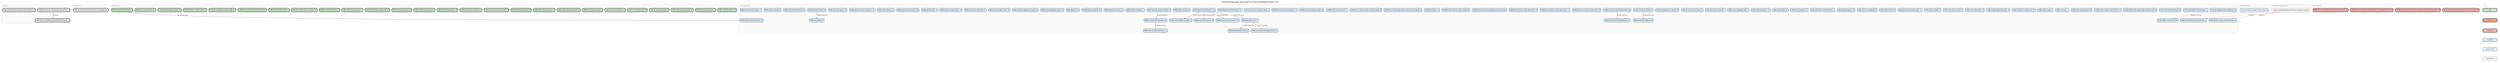
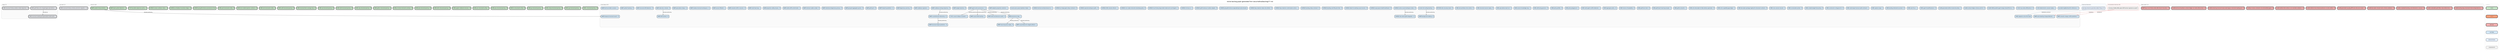
digraph backlog {
  rankdir=TB
  fontname="Helvetica"
  label="Active backlog graph generated from docs/method/backlog/*/*.md"
  labelloc=t
  fontsize=12
  node [shape=box style="rounded,filled" fontname="Helvetica" fontsize=8 margin="0.1,0.05" height=0.35]
  edge [color="#666666" arrowsize=0.5 fontname="Helvetica" fontsize=7]
  newrank=true
  ranksep=0.55
  nodesep=0.2

  subgraph cluster_asap {
    label="asap (3)" labeljust=l fontsize=9 fontcolor="#555555"
    style=rounded color="#cccccc" bgcolor="#fafafa"
    asap_CORE_graft_fake_echo_shaped_typescript_witness [label="CORE-graft-fake-echo-shaped-typescript-witness - L" fillcolor="#E5E7EB" penwidth=2]
    asap_CORE_structural_history_evidence_label_alignment [label="CORE-structural-history-evidence-label-alignment - M" fillcolor="#E5E7EB" penwidth=2]
    asap_CORE_structural_reading_port_generated_model_parity [label="CORE-structural-reading-port-generated-model-parity - L" fillcolor="#E5E7EB" penwidth=2]
  }

  subgraph cluster_up_next {
    label="up-next (1)" labeljust=l fontsize=9 fontcolor="#555555"
    style=rounded color="#cccccc" bgcolor="#fafafa"
    up_next_CORE_structural_history_schema_and_echo_migration [label="CORE-structural-history-schema-and-echo-migration - XL" fillcolor="#E5E7EB" penwidth=2]
  }

  subgraph cluster_v0_8_0 {
    label="v0.8.0 (26)" labeljust=l fontsize=9 fontcolor="#555555"
    style=rounded color="#cccccc" bgcolor="#fafafa"
    v0_8_0_CORE_c_structural_parsing [label="CORE-c-structural-parsing - M" fillcolor="#C8E6C9" penwidth=2]
    v0_8_0_CORE_cpp_structural_parsing [label="CORE-cpp-structural-parsing - L" fillcolor="#C8E6C9" penwidth=2]
    v0_8_0_CORE_csharp_structural_parsing [label="CORE-csharp-structural-parsing - M" fillcolor="#C8E6C9" penwidth=2]
    v0_8_0_CORE_go_structural_parsing [label="CORE-go-structural-parsing - S" fillcolor="#C8E6C9" penwidth=2]
    v0_8_0_CORE_hcl_structured_config [label="CORE-hcl-structured-config - M" fillcolor="#C8E6C9" penwidth=2]
    v0_8_0_CORE_java_structural_parsing [label="CORE-java-structural-parsing - M" fillcolor="#C8E6C9" penwidth=2]
    v0_8_0_CORE_json_structured_config [label="CORE-json-structured-config - S" fillcolor="#C8E6C9" penwidth=2]
    v0_8_0_CORE_jupyter_notebook_structure [label="CORE-jupyter-notebook-structure - M" fillcolor="#C8E6C9" penwidth=2]
    v0_8_0_CORE_kotlin_structural_parsing [label="CORE-kotlin-structural-parsing - M" fillcolor="#C8E6C9" penwidth=2]
    v0_8_0_CORE_php_structural_parsing [label="CORE-php-structural-parsing - M" fillcolor="#C8E6C9" penwidth=2]
    v0_8_0_CORE_pr_review_structural_summary [label="CORE-pr-review-structural-summary - M" fillcolor="#C8E6C9" penwidth=2]
    v0_8_0_CORE_python_structural_parsing [label="CORE-python-structural-parsing - S" fillcolor="#C8E6C9" penwidth=2]
    v0_8_0_CORE_ruby_structural_parsing [label="CORE-ruby-structural-parsing - M" fillcolor="#C8E6C9" penwidth=2]
    v0_8_0_CORE_shell_structural_parsing [label="CORE-shell-structural-parsing - M" fillcolor="#C8E6C9" penwidth=2]
    v0_8_0_CORE_sql_structural_parsing [label="CORE-sql-structural-parsing - M" fillcolor="#C8E6C9" penwidth=2]
    v0_8_0_CORE_structural_test_coverage_map [label="CORE-structural-test-coverage-map - M" fillcolor="#C8E6C9" penwidth=2]
    v0_8_0_CORE_swift_structural_parsing [label="CORE-swift-structural-parsing - M" fillcolor="#C8E6C9" penwidth=2]
    v0_8_0_CORE_toml_structured_config [label="CORE-toml-structured-config - S" fillcolor="#C8E6C9" penwidth=2]
    v0_8_0_CORE_tool_context_injection_contracts [label="CORE-tool-context-injection-contracts - M" fillcolor="#C8E6C9" penwidth=2]
    v0_8_0_CORE_yaml_structured_config [label="CORE-yaml-structured-config - M" fillcolor="#C8E6C9" penwidth=2]
    v0_8_0_SURFACE_git_graft_enhance_provenance_hints [label="SURFACE-git-graft-enhance-provenance-hints" fillcolor="#C8E6C9" penwidth=2]
    v0_8_0_SURFACE_pr_feedback_resolution_ledger [label="SURFACE-pr-feedback-resolution-ledger - M" fillcolor="#C8E6C9" penwidth=2]
    v0_8_0_SURFACE_review_cooldown_status [label="SURFACE-review-cooldown-status - S" fillcolor="#C8E6C9" penwidth=2]
    v0_8_0_TEST_bounded_subprocess_policy [label="TEST-bounded-subprocess-policy - S" fillcolor="#C8E6C9" penwidth=2]
    v0_8_0_WARP_dead_symbol_detection [label="WARP-dead-symbol-detection - S" fillcolor="#C8E6C9" penwidth=2]
    v0_8_0_WARP_symbol_history_timeline [label="WARP-symbol-history-timeline - S" fillcolor="#C8E6C9" penwidth=2]
  }

  subgraph cluster_bad_code {
-     label="bad-code (4)" labeljust=l fontsize=9 fontcolor="#555555"
-     style=rounded color="#cccccc" bgcolor="#fafafa"
+     label="bad-code (11)" labeljust=l fontsize=9 fontcolor="#555555"
+     style=rounded color="#cccccc" bgcolor="#fafafa"
+     bad_code_CLEAN_backlog_dag_unresolved_internal_dependencies [label="CLEAN-backlog-dag-unresolved-internal-dependencies - S" fillcolor="#F6B3B3" penwidth=2]
+     bad_code_CLEAN_coderabbit_path_filters_skip_method_docs [label="CLEAN-coderabbit-path-filters-skip-method-docs - S" fillcolor="#F6B3B3" penwidth=2]
+     bad_code_CLEAN_completed_backlog_card_retirement_is_manual [label="CLEAN-completed-backlog-card-retirement-is-manual - M" fillcolor="#F6B3B3" penwidth=2]
+     bad_code_CLEAN_descriptor_checker_lacks_schema_validation [label="CLEAN-descriptor-checker-lacks-schema-validation - M" fillcolor="#F6B3B3" penwidth=2]
+     bad_code_CLEAN_generated_svg_dag_diff_noise_obscures_review [label="CLEAN-generated-svg-dag-diff-noise-obscures-review - S" fillcolor="#F6B3B3" penwidth=2]
    bad_code_CLEAN_method_close_timeout_produces_no_retro_artifact [label="CLEAN-method-close-timeout-produces-no-retro-artifact - M" fillcolor="#F6B3B3" penwidth=2]
+     bad_code_CLEAN_method_retro_witness_can_overstate_validation [label="CLEAN-method-retro-witness-can-overstate-validation - M" fillcolor="#F6B3B3" penwidth=2]
+     bad_code_CLEAN_pr_review_comments_not_actionability_typed [label="CLEAN-pr-review-comments-not-actionability-typed - M" fillcolor="#F6B3B3" penwidth=2]
    bad_code_CLEAN_remaining_structural_warp_reads_bypass_structural_reading_port [label="CLEAN-remaining-structural-warp-reads-bypass-structural-reading-port - M" fillcolor="#F6B3B3" penwidth=2]
    bad_code_CLEAN_technical_teardown_contract_ledger_can_stale_without_tests [label="CLEAN-technical-teardown-contract-ledger-can-stale-without-tests - M" fillcolor="#F6B3B3" penwidth=2]
    bad_code_WARP_bijou_local_history_stale_after_branch_transition [label="WARP-bijou-local-history-stale-after-branch-transition - M" fillcolor="#F6B3B3" penwidth=2]
  }

  subgraph cluster_cool_ideas {
-     label="Cool Ideas (76)" labeljust=l fontsize=9 fontcolor="#555555"
+     label="Cool Ideas (87)" labeljust=l fontsize=9 fontcolor="#555555"
    style=rounded color="#cccccc" bgcolor="#fafafa"
    cool_ideas_bounded_neighborhood_for_references [label="bounded-neighborhood-for-references - S" fillcolor="#D4E8F7" penwidth=1]
    cool_ideas_CI_001_causal_collapse_visualizer [label="CI-001-causal-collapse-visualizer - L" fillcolor="#D4E8F7" penwidth=1]
    cool_ideas_CI_002_deterministic_scenario_replay [label="CI-002-deterministic-scenario-replay - L" fillcolor="#D4E8F7" penwidth=1]
    cool_ideas_CI_003_mcp_native_diff_protocol [label="CI-003-mcp-native-diff-protocol - M" fillcolor="#D4E8F7" penwidth=1]
    cool_ideas_CLEAN_CODE_parallel_agent_merge_shared_file_loss [label="CLEAN-CODE-parallel-agent-merge-shared-file-loss - M" fillcolor="#D4E8F7" penwidth=1]
    cool_ideas_CLEAN_contract_ledger_schema_and_lint [label="CLEAN-contract-ledger-schema-and-lint - M" fillcolor="#D4E8F7" penwidth=1]
+     cool_ideas_CLEAN_generated_artifact_review_boundary [label="CLEAN-generated-artifact-review-boundary - S" fillcolor="#D4E8F7" penwidth=1]
    cool_ideas_CORE_agent_handoff_protocol [label="CORE-agent-handoff-protocol - M" fillcolor="#D4E8F7" penwidth=1]
    cool_ideas_CORE_auto_focus [label="CORE-auto-focus - L" fillcolor="#D4E8F7" penwidth=1]
+     cool_ideas_CORE_backlog_retirement_assistant [label="CORE-backlog-retirement-assistant - M" fillcolor="#D4E8F7" penwidth=1]
    cool_ideas_CORE_capture_range [label="CORE-capture-range - S" fillcolor="#D4E8F7" penwidth=1]
+     cool_ideas_CORE_code_lawyer_local_pr_audit_command [label="CORE-code-lawyer-local-pr-audit-command - L" fillcolor="#D4E8F7" penwidth=1]
    cool_ideas_CORE_constructor_in_disguise_lint [label="CORE-constructor-in-disguise-lint - M" fillcolor="#D4E8F7" penwidth=1]
    cool_ideas_CORE_context_budget_forecasting [label="CORE-context-budget-forecasting - M" fillcolor="#D4E8F7" penwidth=1]
    cool_ideas_CORE_conversation_primer [label="CORE-conversation-primer - M" fillcolor="#D4E8F7" penwidth=1]
    cool_ideas_CORE_cross_session_resume [label="CORE-cross-session-resume - S" fillcolor="#D4E8F7" penwidth=1]
+     cool_ideas_CORE_descriptor_package_registry_for_structural_contracts [label="CORE-descriptor-package-registry-for-structural-contracts - M" fillcolor="#D4E8F7" penwidth=1]
+     cool_ideas_CORE_echo_capability_gap_ledger [label="CORE-echo-capability-gap-ledger - S" fillcolor="#D4E8F7" penwidth=1]
+     cool_ideas_CORE_echo_descriptor_to_fake_witness_generator [label="CORE-echo-descriptor-to-fake-witness-generator - M" fillcolor="#D4E8F7" penwidth=1]
    cool_ideas_CORE_graft_as_teacher [label="CORE-graft-as-teacher - S" fillcolor="#D4E8F7" penwidth=1]
    cool_ideas_CORE_graft_teach_learning_receipts [label="CORE-graft-teach-learning-receipts - S" fillcolor="#D4E8F7" penwidth=1]
    cool_ideas_CORE_graft_tool_client [label="CORE-graft-tool-client - M" fillcolor="#D4E8F7" penwidth=1]
    cool_ideas_CORE_horizon_of_readability [label="CORE-horizon-of-readability - M" fillcolor="#D4E8F7" penwidth=1]
    cool_ideas_CORE_lagrangian_policy [label="CORE-lagrangian-policy - XL" fillcolor="#D4E8F7" penwidth=1]
    cool_ideas_CORE_migrate_to_slice_first_reads [label="CORE-migrate-to-slice-first-reads" fillcolor="#D4E8F7" penwidth=1]
    cool_ideas_CORE_multi_agent_conflict_detection [label="CORE-multi-agent-conflict-detection - L" fillcolor="#D4E8F7" penwidth=1]
    cool_ideas_CORE_policy_playground [label="CORE-policy-playground - S" fillcolor="#D4E8F7" penwidth=1]
    cool_ideas_CORE_policy_profiles [label="CORE-policy-profiles - M" fillcolor="#D4E8F7" penwidth=1]
    cool_ideas_CORE_self_tuning_governor [label="CORE-self-tuning-governor - M" fillcolor="#D4E8F7" penwidth=1]
    cool_ideas_CORE_session_knowledge_map [label="CORE-session-knowledge-map - S" fillcolor="#D4E8F7" penwidth=1]
    cool_ideas_CORE_speculative_read_cost [label="CORE-speculative-read-cost - S" fillcolor="#D4E8F7" penwidth=1]
    cool_ideas_CORE_structural_session_replay [label="CORE-structural-session-replay - M" fillcolor="#D4E8F7" penwidth=1]
    cool_ideas_CORE_wire_primitives_into_runtime [label="CORE-wire-primitives-into-runtime - M" fillcolor="#D4E8F7" penwidth=1]
+     cool_ideas_METHOD_retro_recovery_mode [label="METHOD-retro-recovery-mode - M" fillcolor="#D4E8F7" penwidth=1]
    cool_ideas_monitor_tick_ceiling_tracking [label="monitor-tick-ceiling-tracking - S" fillcolor="#D4E8F7" penwidth=1]
    cool_ideas_SURFACE_active_causal_workspace_status [label="SURFACE-active-causal-workspace-status - M" fillcolor="#D4E8F7" penwidth=1]
+     cool_ideas_SURFACE_asap_queue_health_dashboard [label="SURFACE-asap-queue-health-dashboard - M" fillcolor="#D4E8F7" penwidth=1]
    cool_ideas_SURFACE_attach_to_existing_causal_session [label="SURFACE-attach-to-existing-causal-session - M" fillcolor="#D4E8F7" penwidth=1]
+     cool_ideas_SURFACE_backlog_card_lifecycle_linter [label="SURFACE-backlog-card-lifecycle-linter - M" fillcolor="#D4E8F7" penwidth=1]
+     cool_ideas_SURFACE_backlog_sitrep_command [label="SURFACE-backlog-sitrep-command - M" fillcolor="#D4E8F7" penwidth=1]
    cool_ideas_SURFACE_bijou_daemon_control_plane_actions [label="SURFACE-bijou-daemon-control-plane-actions - L" fillcolor="#D4E8F7" penwidth=1]
    cool_ideas_SURFACE_bijou_daemon_status_live_refresh [label="SURFACE-bijou-daemon-status-live-refresh - M" fillcolor="#D4E8F7" penwidth=1]
    cool_ideas_SURFACE_git_graft_enhance_expanded_git_subcommands [label="SURFACE-git-graft-enhance-expanded-git-subcommands" fillcolor="#D4E8F7" penwidth=1]
    cool_ideas_SURFACE_graft_review_pr_number_adapter [label="SURFACE-graft-review-pr-number-adapter - M" fillcolor="#D4E8F7" penwidth=1]
    cool_ideas_SURFACE_ide_native_graft_integration [label="SURFACE-ide-native-graft-integration - XL" fillcolor="#D4E8F7" penwidth=1]
    cool_ideas_SURFACE_init_dry_run [label="SURFACE-init-dry-run - S" fillcolor="#D4E8F7" penwidth=1]
    cool_ideas_SURFACE_local_history_dag_render_mode_and_count_legend [label="SURFACE-local-history-dag-render-mode-and-count-legend - S" fillcolor="#D4E8F7" penwidth=1]
    cool_ideas_SURFACE_non_codex_instruction_bootstrap_parity [label="SURFACE-non-codex-instruction-bootstrap-parity - M" fillcolor="#D4E8F7" penwidth=1]
    cool_ideas_SURFACE_offer_rename_refactor [label="SURFACE-offer-rename-refactor - L" fillcolor="#D4E8F7" penwidth=1]
    cool_ideas_SURFACE_opened_workspace_paths [label="SURFACE-opened-workspace-paths - M" fillcolor="#D4E8F7" penwidth=1]
+     cool_ideas_SURFACE_pr_merge_gate_sitrep_command [label="SURFACE-pr-merge-gate-sitrep-command - M" fillcolor="#D4E8F7" penwidth=1]
    cool_ideas_SURFACE_terminal_activity_browser_tui [label="SURFACE-terminal-activity-browser-tui - L" fillcolor="#D4E8F7" penwidth=1]
    cool_ideas_traverse_plus_query_hydration_helper [label="traverse-plus-query-hydration-helper - S" fillcolor="#D4E8F7" penwidth=1]
    cool_ideas_WARP_adaptive_projection_selection [label="WARP-adaptive-projection-selection - L" fillcolor="#D4E8F7" penwidth=1]
    cool_ideas_WARP_agent_action_provenance [label="WARP-agent-action-provenance - XL" fillcolor="#D4E8F7" penwidth=1]
    cool_ideas_WARP_auto_breaking_change_detection [label="WARP-auto-breaking-change-detection - L" fillcolor="#D4E8F7" penwidth=1]
    cool_ideas_WARP_background_indexing [label="WARP-background-indexing - M" fillcolor="#D4E8F7" penwidth=1]
    cool_ideas_WARP_budget_elasticity [label="WARP-budget-elasticity - M" fillcolor="#D4E8F7" penwidth=1]
    cool_ideas_WARP_causal_blame_for_staged_artifacts [label="WARP-causal-blame-for-staged-artifacts - L" fillcolor="#D4E8F7" penwidth=1]
    cool_ideas_WARP_causal_write_tracking [label="WARP-causal-write-tracking - L" fillcolor="#D4E8F7" penwidth=1]
    cool_ideas_WARP_codebase_entropy_trajectory [label="WARP-codebase-entropy-trajectory - M" fillcolor="#D4E8F7" penwidth=1]
    cool_ideas_WARP_codebase_signature [label="WARP-codebase-signature - L" fillcolor="#D4E8F7" penwidth=1]
    cool_ideas_WARP_counterfactual_refactoring [label="WARP-counterfactual-refactoring - XL" fillcolor="#D4E8F7" penwidth=1]
    cool_ideas_WARP_degeneracy_warning [label="WARP-degeneracy-warning - M" fillcolor="#D4E8F7" penwidth=1]
    cool_ideas_WARP_drift_sentinel [label="WARP-drift-sentinel - M" fillcolor="#D4E8F7" penwidth=1]
    cool_ideas_WARP_footprint_parallelism [label="WARP-footprint-parallelism - XL" fillcolor="#D4E8F7" penwidth=1]
    cool_ideas_WARP_graft_pack [label="WARP-graft-pack - M" fillcolor="#D4E8F7" penwidth=1]
    cool_ideas_WARP_grouped_aggregate_queries [label="WARP-grouped-aggregate-queries - M" fillcolor="#D4E8F7" penwidth=1]
    cool_ideas_WARP_intent_and_decision_events [label="WARP-intent-and-decision-events - M" fillcolor="#D4E8F7" penwidth=1]
    cool_ideas_WARP_intentional_degeneracy_privacy [label="WARP-intentional-degeneracy-privacy - M" fillcolor="#D4E8F7" penwidth=1]
    cool_ideas_WARP_minimum_viable_context [label="WARP-minimum-viable-context - M" fillcolor="#D4E8F7" penwidth=1]
    cool_ideas_WARP_outline_diff_commit_trailer [label="WARP-outline-diff-commit-trailer - S" fillcolor="#D4E8F7" penwidth=1]
    cool_ideas_WARP_projection_safety_classes [label="WARP-projection-safety-classes - M" fillcolor="#D4E8F7" penwidth=1]
    cool_ideas_WARP_provenance_dag [label="WARP-provenance-dag - L" fillcolor="#D4E8F7" penwidth=1]
    cool_ideas_WARP_reasoning_trace_replay [label="WARP-reasoning-trace-replay - M" fillcolor="#D4E8F7" penwidth=1]
    cool_ideas_WARP_rulial_heat_map [label="WARP-rulial-heat-map - L" fillcolor="#D4E8F7" penwidth=1]
    cool_ideas_WARP_semantic_drift_in_sessions [label="WARP-semantic-drift-in-sessions - M" fillcolor="#D4E8F7" penwidth=1]
    cool_ideas_WARP_semantic_merge_conflict_prediction [label="WARP-semantic-merge-conflict-prediction - L" fillcolor="#D4E8F7" penwidth=1]
    cool_ideas_WARP_session_filtration [label="WARP-session-filtration - L" fillcolor="#D4E8F7" penwidth=1]
    cool_ideas_WARP_shadow_structural_workspaces [label="WARP-shadow-structural-workspaces - XL" fillcolor="#D4E8F7" penwidth=1]
    cool_ideas_WARP_speculative_merge [label="WARP-speculative-merge - XL" fillcolor="#D4E8F7" penwidth=1]
    cool_ideas_WARP_stale_docs_checker [label="WARP-stale-docs-checker - M" fillcolor="#D4E8F7" penwidth=1]
    cool_ideas_WARP_structural_drift_detection [label="WARP-structural-drift-detection - M" fillcolor="#D4E8F7" penwidth=1]
    cool_ideas_WARP_structural_impact_prediction [label="WARP-structural-impact-prediction - XL" fillcolor="#D4E8F7" penwidth=1]
    cool_ideas_WARP_symbol_heatmap [label="WARP-symbol-heatmap - M" fillcolor="#D4E8F7" penwidth=1]
    cool_ideas_WARP_technical_debt_curvature [label="WARP-technical-debt-curvature - L" fillcolor="#D4E8F7" penwidth=1]
    cool_ideas_WARP_temporal_structural_search [label="WARP-temporal-structural-search - M" fillcolor="#D4E8F7" penwidth=1]
  }

  subgraph cluster_external {
    label="External blockers" labeljust=l fontsize=9 fontcolor="#555555"
    style=rounded color="#cccccc" bgcolor="#f8fbff"
    external_git_warp_observer_geometry_ladder__Rung_2_4_ [label="git-warp observer geometry ladder (Rung 2-4)" fillcolor="#E8F2FF" penwidth=1]
  }

  subgraph cluster_unresolved {
    label="Unresolved internal refs" labeljust=l fontsize=9 fontcolor="#555555"
    style="rounded,dashed" color="#cc3333" bgcolor="#fff7f7"
    unresolved_CLEAN_CODE_export_diff_semver_signature_as_patch [label="missing: CLEAN_CODE_export-diff-semver-signature-as-patch" fillcolor="#F2F2F2" penwidth=1 style="rounded,dashed,filled"]
  }

  asap_CORE_graft_fake_echo_shaped_typescript_witness -> asap_CORE_structural_reading_port_generated_model_parity [label="blocked_by"]
  cool_ideas_monitor_tick_ceiling_tracking -> cool_ideas_WARP_background_indexing [label="blocked_by/blocking"]
  cool_ideas_SURFACE_active_causal_workspace_status -> cool_ideas_SURFACE_ide_native_graft_integration [label="blocked_by/blocking"]
  cool_ideas_WARP_agent_action_provenance -> cool_ideas_CI_001_causal_collapse_visualizer [label="blocked_by/blocking"]
  cool_ideas_WARP_agent_action_provenance -> cool_ideas_WARP_causal_write_tracking [label="blocked_by/blocking"]
  cool_ideas_WARP_agent_action_provenance -> cool_ideas_WARP_intent_and_decision_events [label="blocked_by/blocking"]
  cool_ideas_WARP_agent_action_provenance -> cool_ideas_WARP_provenance_dag [label="blocked_by/blocking"]
  cool_ideas_WARP_codebase_entropy_trajectory -> cool_ideas_WARP_counterfactual_refactoring [label="blocked_by/blocking"]
  cool_ideas_WARP_counterfactual_refactoring -> cool_ideas_WARP_structural_impact_prediction [label="blocked_by/blocking"]
  cool_ideas_WARP_provenance_dag -> cool_ideas_WARP_causal_blame_for_staged_artifacts [label="blocked_by/blocking"]
  cool_ideas_WARP_provenance_dag -> cool_ideas_WARP_reasoning_trace_replay [label="blocked_by/blocking"]
  cool_ideas_WARP_stale_docs_checker -> cool_ideas_WARP_drift_sentinel [label="blocked_by/blocking"]
  external_git_warp_observer_geometry_ladder__Rung_2_4_ -> cool_ideas_CORE_migrate_to_slice_first_reads [label="blocked_by_external" style=dashed color="#4477AA"]
  unresolved_CLEAN_CODE_export_diff_semver_signature_as_patch -> cool_ideas_WARP_auto_breaking_change_detection [label="blocked_by" style=dashed color="#CC3333"]
  unresolved_CLEAN_CODE_export_diff_semver_signature_as_patch -> cool_ideas_WARP_semantic_merge_conflict_prediction [label="blocked_by" style=dashed color="#CC3333"]
  v0_8_0_WARP_symbol_history_timeline -> cool_ideas_WARP_temporal_structural_search [label="blocked_by/blocking"]

  subgraph cluster_legend {
    label="Legend" labeljust=l fontsize=8 fontcolor="#aaaaaa"
    style=rounded color="#dddddd"
    node [fontsize=7 width=1.4]
    leg_v08 [label="v0.8.0" fillcolor="#C8E6C9" penwidth=2]
    leg_v07 [label="v0.7.0" fillcolor="#FFA07A" penwidth=2]
    leg_bad [label="bad-code" fillcolor="#F6B3B3" penwidth=2]
    leg_idea [label="cool-ideas" fillcolor="#D4E8F7" penwidth=1]
    leg_external [label="external blocker" fillcolor="#E8F2FF" penwidth=1]
    leg_unresolved [label="unresolved ref" fillcolor="#F2F2F2" penwidth=1 style="rounded,dashed,filled"]
    leg_v08 -> leg_v07 [style=invis]
    leg_v07 -> leg_bad [style=invis]
    leg_bad -> leg_idea [style=invis]
    leg_idea -> leg_external [style=invis]
    leg_external -> leg_unresolved [style=invis]
  }
}
